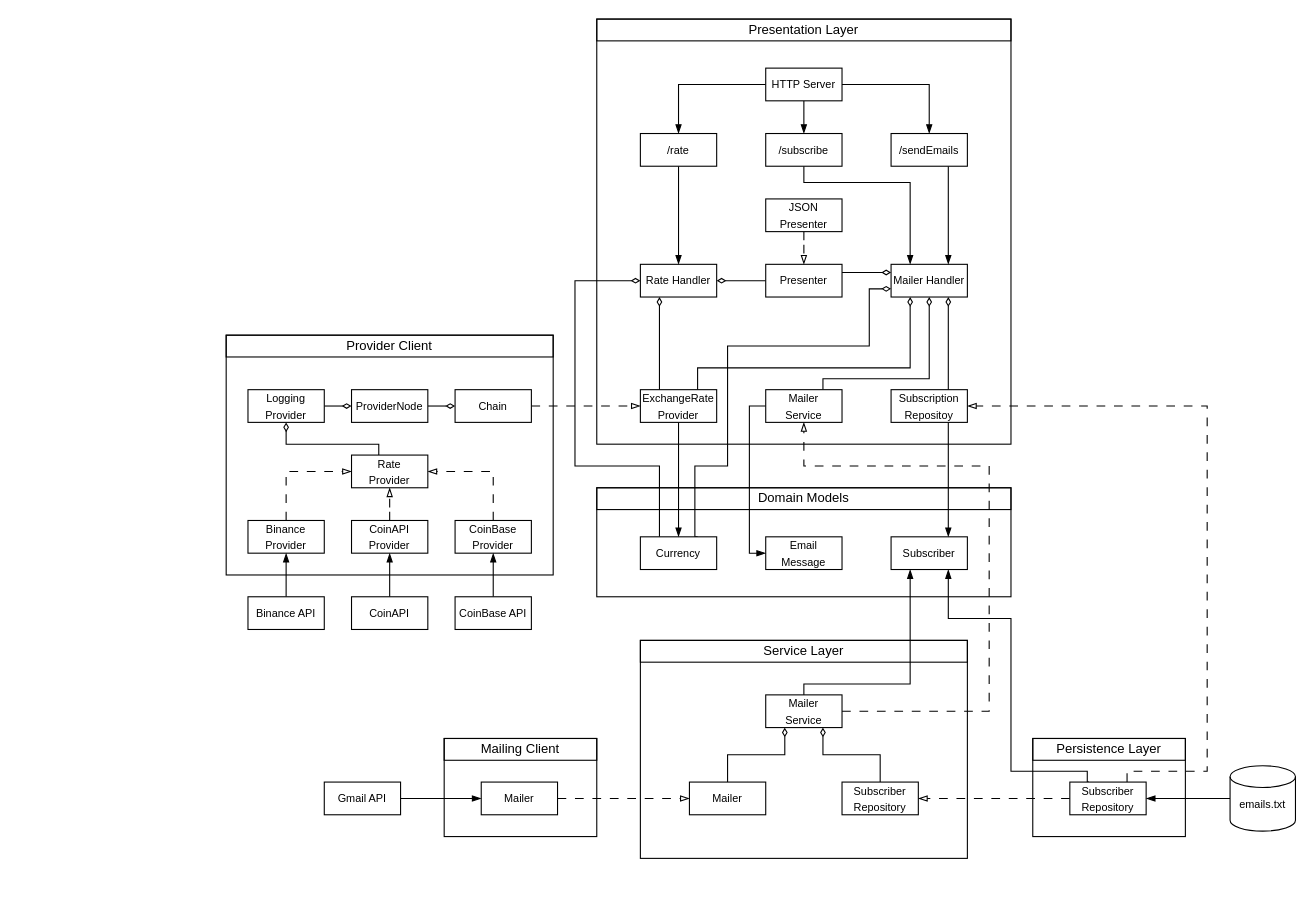
Above: docs/app architecture.drawio in GenesisEducationKyiv/main-project-ArtemKapustkin (draw.io), before the change. Source tidied: cells renumbered, new cells numbered last; positions are measured from the earlier drawing's top-left corner, leaving out a move shared by most shapes. Both pictures are drawn from the tidied source at 109%, with x=0, y=0 at pixel (226, 19).
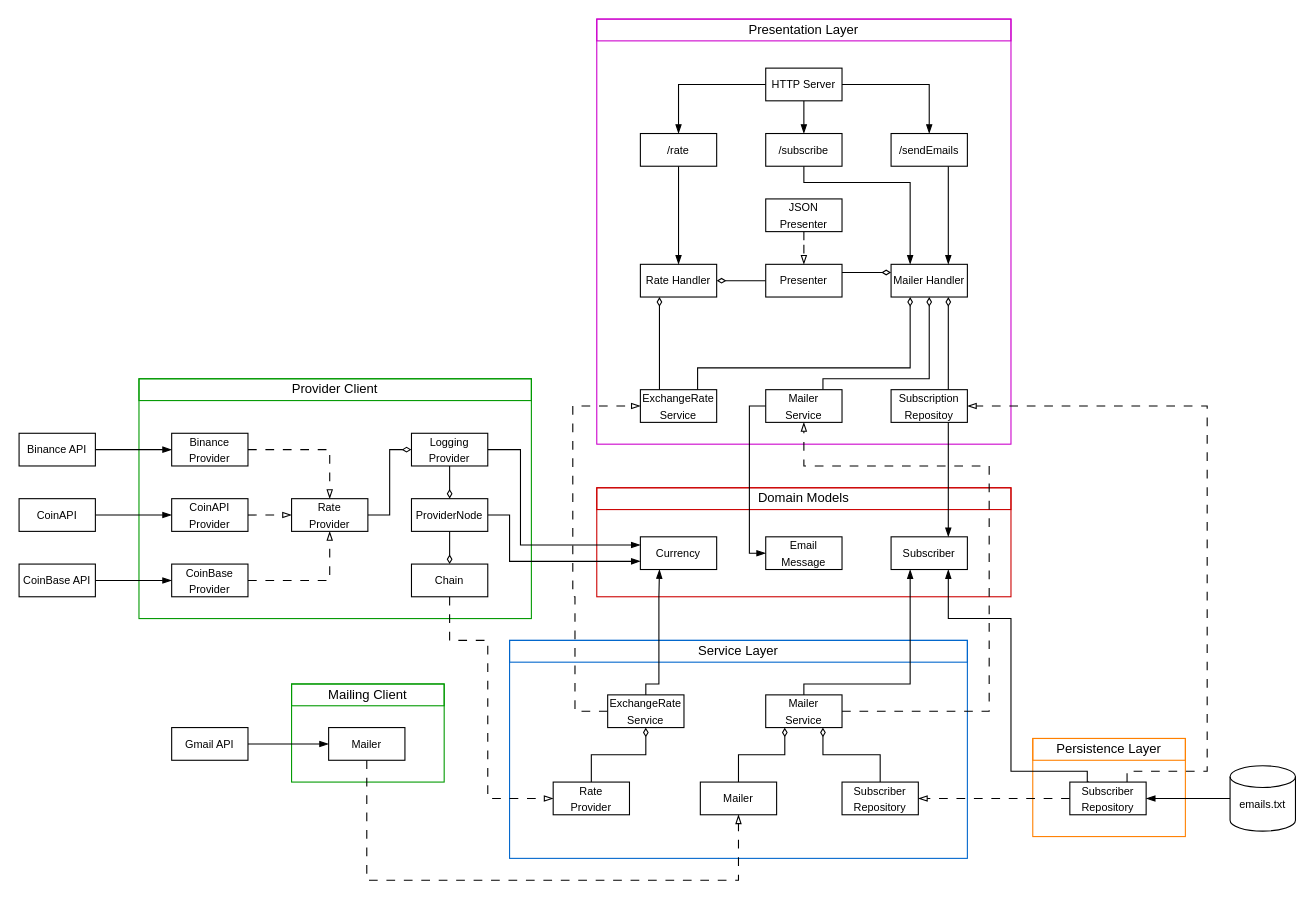
Above is the later version.

Commit message (it also covers changes not shown here):
add: exchange rate service

Unchanged cells that the change refers to:
```xml
<mxCell id="7" value="&lt;font style=&quot;font-size: 10px;&quot;&gt;Currency&lt;/font&gt;" style="rounded=0;whiteSpace=wrap;html=1;" parent="1" vertex="1">
  <mxGeometry x="380" y="475" width="70" height="30" as="geometry" />
</mxCell>
<mxCell id="67" value="&lt;span style=&quot;font-size: 10px;&quot;&gt;Rate Handler&lt;/span&gt;" style="rounded=0;whiteSpace=wrap;html=1;" parent="1" vertex="1">
  <mxGeometry x="380" y="225" width="70" height="30" as="geometry" />
</mxCell>
<mxCell id="68" value="&lt;span style=&quot;font-size: 10px;&quot;&gt;Mailer Handler&lt;/span&gt;" style="rounded=0;whiteSpace=wrap;html=1;" parent="1" vertex="1">
  <mxGeometry x="610" y="225" width="70" height="30" as="geometry" />
</mxCell>
```

Change to the diagram source:
```diff
@@
-    <mxCell id="2" style="rounded=0;whiteSpace=wrap;html=1;align=left;" parent="1" vertex="1">
+    <mxCell id="2" style="rounded=0;whiteSpace=wrap;html=1;align=left;strokeColor=#CC00CC;" parent="1" vertex="1">
       <mxGeometry x="340" width="380" height="390" as="geometry" />
     </mxCell>
-    <mxCell id="3" style="rounded=0;whiteSpace=wrap;html=1;align=left;" parent="1" vertex="1">
+    <mxCell id="3" style="rounded=0;whiteSpace=wrap;html=1;align=left;strokeColor=#CC0000;" parent="1" vertex="1">
       <mxGeometry x="340" y="430" width="380" height="100" as="geometry" />
     </mxCell>
-    <mxCell id="4" value="Domain Models" style="text;html=1;strokeColor=default;fillColor=none;align=center;verticalAlign=middle;whiteSpace=wrap;rounded=0;strokeWidth=1;" parent="1" vertex="1">
+    <mxCell id="4" value="Domain Models" style="text;html=1;strokeColor=#CC0000;fillColor=none;align=center;verticalAlign=middle;whiteSpace=wrap;rounded=0;strokeWidth=1;" parent="1" vertex="1">
       <mxGeometry x="340" y="430" width="380" height="20" as="geometry" />
     </mxCell>
-    <mxCell id="5" style="edgeStyle=orthogonalEdgeStyle;rounded=0;jettySize=auto;html=1;exitX=0.25;exitY=0;exitDx=0;exitDy=0;entryX=0;entryY=0.5;entryDx=0;entryDy=0;endArrow=diamondThin;endFill=0;" parent="1" edge="1" source="7" target="67">
-      <mxGeometry relative="1" as="geometry">
-        <Array as="points">
-          <mxPoint x="398" y="410" />
-          <mxPoint x="320" y="410" />
-          <mxPoint x="320" y="240" />
-        </Array>
-      </mxGeometry>
-    </mxCell>
-    <mxCell id="6" style="edgeStyle=orthogonalEdgeStyle;rounded=0;jettySize=auto;html=1;exitX=0.75;exitY=0;exitDx=0;exitDy=0;entryX=0;entryY=0.75;entryDx=0;entryDy=0;endArrow=diamondThin;endFill=0;" parent="1" edge="1" source="7" target="68">
-      <mxGeometry relative="1" as="geometry">
-        <Array as="points">
-          <mxPoint x="430" y="475" />
-          <mxPoint x="430" y="410" />
-          <mxPoint x="460" y="410" />
-          <mxPoint x="460" y="300" />
-          <mxPoint x="590" y="300" />
-          <mxPoint x="590" y="247" />
-        </Array>
-      </mxGeometry>
-    </mxCell>
@@
-    <mxCell id="10" style="rounded=0;whiteSpace=wrap;html=1;align=left;" parent="1" vertex="1">
-      <mxGeometry x="380" y="570" width="300" height="200" as="geometry" />
+    <mxCell id="10" style="rounded=0;whiteSpace=wrap;html=1;align=left;strokeColor=#0066CC;" parent="1" vertex="1">
+      <mxGeometry x="260" y="570" width="420" height="200" as="geometry" />
     </mxCell>
-    <mxCell id="11" value="Service Layer" style="text;html=1;strokeColor=default;fillColor=none;align=center;verticalAlign=middle;whiteSpace=wrap;rounded=0;strokeWidth=1;" parent="1" vertex="1">
-      <mxGeometry x="380" y="570" width="300" height="20" as="geometry" />
+    <mxCell id="11" value="Service Layer" style="text;html=1;strokeColor=#0066CC;fillColor=none;align=center;verticalAlign=middle;whiteSpace=wrap;rounded=0;strokeWidth=1;" parent="1" vertex="1">
+      <mxGeometry x="260" y="570" width="420" height="20" as="geometry" />
     </mxCell>
@@
     <mxCell id="18" value="&lt;font style=&quot;font-size: 10px;&quot;&gt;Mailer&lt;/font&gt;" style="rounded=0;whiteSpace=wrap;html=1;" parent="1" vertex="1">
-      <mxGeometry x="425" y="700" width="70" height="30" as="geometry" />
+      <mxGeometry x="435" y="700" width="70" height="30" as="geometry" />
     </mxCell>
-    <mxCell id="19" style="rounded=0;whiteSpace=wrap;html=1;align=left;" parent="1" vertex="1">
-      <mxGeometry x="200" y="660" width="140" height="90" as="geometry" />
+    <mxCell id="19" style="rounded=0;whiteSpace=wrap;html=1;align=left;strokeColor=#009900;" parent="1" vertex="1">
+      <mxGeometry x="60" y="610" width="140" height="90" as="geometry" />
     </mxCell>
-    <mxCell id="20" value="Mailing Client" style="text;html=1;strokeColor=default;fillColor=none;align=center;verticalAlign=middle;whiteSpace=wrap;rounded=0;strokeWidth=1;" parent="1" vertex="1">
-      <mxGeometry x="200" y="660" width="140" height="20" as="geometry" />
+    <mxCell id="20" value="Mailing Client" style="text;html=1;strokeColor=#009900;fillColor=none;align=center;verticalAlign=middle;whiteSpace=wrap;rounded=0;strokeWidth=1;" parent="1" vertex="1">
+      <mxGeometry x="60" y="610" width="140" height="20" as="geometry" />
     </mxCell>
     <mxCell id="21" style="edgeStyle=orthogonalEdgeStyle;rounded=0;jettySize=auto;html=1;dashed=1;dashPattern=8 8;endArrow=blockThin;endFill=0;" parent="1" edge="1" source="22" target="18">
-      <mxGeometry relative="1" as="geometry" />
+      <mxGeometry relative="1" as="geometry">
+        <Array as="points">
+          <mxPoint x="129" y="790" />
+          <mxPoint x="470" y="790" />
+        </Array>
+      </mxGeometry>
     </mxCell>
     <mxCell id="22" value="&lt;font style=&quot;font-size: 10px;&quot;&gt;Mailer&lt;/font&gt;" style="rounded=0;whiteSpace=wrap;html=1;" parent="1" vertex="1">
-      <mxGeometry x="234" y="700" width="70" height="30" as="geometry" />
+      <mxGeometry x="94" y="650" width="70" height="30" as="geometry" />
     </mxCell>
-    <mxCell id="23" style="rounded=0;whiteSpace=wrap;html=1;align=left;" parent="1" vertex="1">
+    <mxCell id="23" style="rounded=0;whiteSpace=wrap;html=1;align=left;strokeColor=#FF8000;" parent="1" vertex="1">
       <mxGeometry x="740" y="660" width="140" height="90" as="geometry" />
     </mxCell>
-    <mxCell id="24" value="Persistence Layer" style="text;html=1;strokeColor=default;fillColor=none;align=center;verticalAlign=middle;whiteSpace=wrap;rounded=0;strokeWidth=1;" parent="1" vertex="1">
+    <mxCell id="24" value="Persistence Layer" style="text;html=1;strokeColor=#FF8000;fillColor=none;align=center;verticalAlign=middle;whiteSpace=wrap;rounded=0;strokeWidth=1;" parent="1" vertex="1">
       <mxGeometry x="740" y="660" width="140" height="20" as="geometry" />
     </mxCell>
@@
     <mxCell id="33" value="&lt;font style=&quot;font-size: 10px;&quot;&gt;Gmail API&lt;/font&gt;" style="rounded=0;whiteSpace=wrap;html=1;" parent="1" vertex="1">
-      <mxGeometry x="90" y="700" width="70" height="30" as="geometry" />
+      <mxGeometry x="-50" y="650" width="70" height="30" as="geometry" />
     </mxCell>
-    <mxCell id="34" value="Presentation Layer" style="text;html=1;strokeColor=default;fillColor=none;align=center;verticalAlign=middle;whiteSpace=wrap;rounded=0;strokeWidth=1;" parent="1" vertex="1">
+    <mxCell id="34" value="Presentation Layer" style="text;html=1;strokeColor=#CC00CC;fillColor=none;align=center;verticalAlign=middle;whiteSpace=wrap;rounded=0;strokeWidth=1;" parent="1" vertex="1">
       <mxGeometry x="340" width="380" height="20" as="geometry" />
     </mxCell>
@@
-    <mxCell id="40" style="edgeStyle=orthogonalEdgeStyle;rounded=0;jettySize=auto;html=1;exitX=0.5;exitY=1;exitDx=0;exitDy=0;entryX=0.5;entryY=0;entryDx=0;entryDy=0;endArrow=blockThin;endFill=1;" parent="1" edge="1" source="41" target="7">
-      <mxGeometry relative="1" as="geometry" />
-    </mxCell>
-    <mxCell id="41" value="&lt;font style=&quot;font-size: 10px;&quot;&gt;ExchangeRate&lt;br&gt;Provider&lt;/font&gt;" style="rounded=0;whiteSpace=wrap;html=1;" parent="1" vertex="1">
+    <mxCell id="41" value="&lt;span style=&quot;font-size: 10px;&quot;&gt;ExchangeRate&lt;br&gt;Service&lt;br&gt;&lt;/span&gt;" style="rounded=0;whiteSpace=wrap;html=1;" parent="1" vertex="1">
       <mxGeometry x="380" y="340" width="70" height="30" as="geometry" />
     </mxCell>
-    <mxCell id="42" style="rounded=0;whiteSpace=wrap;html=1;align=left;" parent="1" vertex="1">
-      <mxGeometry y="290" width="300" height="220" as="geometry" />
+    <mxCell id="42" style="rounded=0;whiteSpace=wrap;html=1;align=left;strokeColor=#009900;" parent="1" vertex="1">
+      <mxGeometry x="-80" y="330" width="360" height="220" as="geometry" />
     </mxCell>
-    <mxCell id="43" value="Provider Client" style="text;html=1;strokeColor=default;fillColor=none;align=center;verticalAlign=middle;whiteSpace=wrap;rounded=0;strokeWidth=1;" parent="1" vertex="1">
-      <mxGeometry y="290" width="300" height="20" as="geometry" />
+    <mxCell id="43" value="Provider Client" style="text;html=1;strokeColor=#009900;fillColor=none;align=center;verticalAlign=middle;whiteSpace=wrap;rounded=0;strokeWidth=1;" parent="1" vertex="1">
+      <mxGeometry x="-80" y="330" width="360" height="20" as="geometry" />
     </mxCell>
-    <mxCell id="44" style="edgeStyle=orthogonalEdgeStyle;rounded=0;jettySize=auto;html=1;exitX=0.5;exitY=0;exitDx=0;exitDy=0;entryX=0;entryY=0.5;entryDx=0;entryDy=0;endArrow=blockThin;endFill=0;dashed=1;dashPattern=8 8;" parent="1" edge="1" source="45" target="57">
+    <mxCell id="44" style="edgeStyle=orthogonalEdgeStyle;rounded=0;jettySize=auto;html=1;exitX=1;exitY=0.5;exitDx=0;exitDy=0;entryX=0.5;entryY=0;entryDx=0;entryDy=0;endArrow=blockThin;endFill=0;dashed=1;dashPattern=8 8;" parent="1" edge="1" source="45" target="57">
       <mxGeometry relative="1" as="geometry" />
     </mxCell>
     <mxCell id="45" value="&lt;font style=&quot;font-size: 10px;&quot;&gt;Binance&lt;br&gt;Provider&lt;br&gt;&lt;/font&gt;" style="rounded=0;whiteSpace=wrap;html=1;" parent="1" vertex="1">
-      <mxGeometry x="20" y="460" width="70" height="30" as="geometry" />
+      <mxGeometry x="-50" y="380" width="70" height="30" as="geometry" />
     </mxCell>
-    <mxCell id="46" style="edgeStyle=orthogonalEdgeStyle;rounded=0;jettySize=auto;html=1;entryX=0.5;entryY=1;entryDx=0;entryDy=0;endArrow=blockThin;endFill=0;dashed=1;dashPattern=8 8;" parent="1" edge="1" source="47" target="57">
+    <mxCell id="46" style="edgeStyle=orthogonalEdgeStyle;rounded=0;jettySize=auto;html=1;entryX=0;entryY=0.5;entryDx=0;entryDy=0;endArrow=blockThin;endFill=0;dashed=1;dashPattern=8 8;exitX=1;exitY=0.5;exitDx=0;exitDy=0;" parent="1" edge="1" source="47" target="57">
       <mxGeometry relative="1" as="geometry" />
     </mxCell>
     <mxCell id="47" value="&lt;span style=&quot;font-size: 10px;&quot;&gt;CoinAPI&lt;br&gt;&lt;/span&gt;&lt;font style=&quot;font-size: 10px;&quot;&gt;Provider&lt;/font&gt;" style="rounded=0;whiteSpace=wrap;html=1;" parent="1" vertex="1">
-      <mxGeometry x="115" y="460" width="70" height="30" as="geometry" />
+      <mxGeometry x="-50" y="440" width="70" height="30" as="geometry" />
     </mxCell>
-    <mxCell id="48" style="edgeStyle=orthogonalEdgeStyle;rounded=0;jettySize=auto;html=1;exitX=0.5;exitY=0;exitDx=0;exitDy=0;entryX=1;entryY=0.5;entryDx=0;entryDy=0;endArrow=blockThin;endFill=0;dashed=1;dashPattern=8 8;" parent="1" edge="1" source="49" target="57">
-      <mxGeometry relative="1" as="geometry" />
+    <mxCell id="48" style="edgeStyle=orthogonalEdgeStyle;rounded=0;jettySize=auto;html=1;exitX=1;exitY=0.5;exitDx=0;exitDy=0;entryX=0.5;entryY=1;entryDx=0;entryDy=0;endArrow=blockThin;endFill=0;dashed=1;dashPattern=8 8;" parent="1" edge="1" source="49" target="57">
+      <mxGeometry relative="1" as="geometry">
+        <Array as="points">
+          <mxPoint x="95" y="515" />
+        </Array>
+      </mxGeometry>
     </mxCell>
     <mxCell id="49" value="&lt;font style=&quot;font-size: 10px;&quot;&gt;CoinBase&lt;br&gt;Provider&lt;br&gt;&lt;/font&gt;" style="rounded=0;whiteSpace=wrap;html=1;" parent="1" vertex="1">
-      <mxGeometry x="210" y="460" width="70" height="30" as="geometry" />
+      <mxGeometry x="-50" y="500" width="70" height="30" as="geometry" />
     </mxCell>
-    <mxCell id="50" style="edgeStyle=orthogonalEdgeStyle;rounded=0;jettySize=auto;html=1;entryX=0.5;entryY=1;entryDx=0;entryDy=0;endArrow=blockThin;endFill=1;" parent="1" edge="1" source="51" target="45">
+    <mxCell id="50" style="edgeStyle=orthogonalEdgeStyle;rounded=0;jettySize=auto;html=1;entryX=0;entryY=0.5;entryDx=0;entryDy=0;endArrow=blockThin;endFill=1;" parent="1" edge="1" source="51" target="45">
       <mxGeometry relative="1" as="geometry" />
     </mxCell>
     <mxCell id="51" value="&lt;font style=&quot;font-size: 10px;&quot;&gt;Binance API&lt;/font&gt;" style="rounded=0;whiteSpace=wrap;html=1;" parent="1" vertex="1">
-      <mxGeometry x="20" y="530" width="70" height="30" as="geometry" />
+      <mxGeometry x="-190" y="380" width="70" height="30" as="geometry" />
     </mxCell>
-    <mxCell id="52" style="edgeStyle=orthogonalEdgeStyle;rounded=0;jettySize=auto;html=1;entryX=0.5;entryY=1;entryDx=0;entryDy=0;endArrow=blockThin;endFill=1;" parent="1" edge="1" source="53" target="47">
+    <mxCell id="52" style="edgeStyle=orthogonalEdgeStyle;rounded=0;jettySize=auto;html=1;entryX=0;entryY=0.5;entryDx=0;entryDy=0;endArrow=blockThin;endFill=1;" parent="1" edge="1" source="53" target="47">
       <mxGeometry relative="1" as="geometry" />
     </mxCell>
     <mxCell id="53" value="&lt;span style=&quot;font-size: 10px;&quot;&gt;CoinAPI&lt;/span&gt;" style="rounded=0;whiteSpace=wrap;html=1;" parent="1" vertex="1">
-      <mxGeometry x="115" y="530" width="70" height="30" as="geometry" />
+      <mxGeometry x="-190" y="440" width="70" height="30" as="geometry" />
     </mxCell>
-    <mxCell id="54" style="edgeStyle=orthogonalEdgeStyle;rounded=0;jettySize=auto;html=1;entryX=0.5;entryY=1;entryDx=0;entryDy=0;endArrow=blockThin;endFill=1;" parent="1" edge="1" source="55" target="49">
+    <mxCell id="54" style="edgeStyle=orthogonalEdgeStyle;rounded=0;jettySize=auto;html=1;entryX=0;entryY=0.5;entryDx=0;entryDy=0;endArrow=blockThin;endFill=1;" parent="1" edge="1" source="55" target="49">
       <mxGeometry relative="1" as="geometry" />
     </mxCell>
     <mxCell id="55" value="&lt;font style=&quot;font-size: 10px;&quot;&gt;CoinBase API&lt;/font&gt;" style="rounded=0;whiteSpace=wrap;html=1;" parent="1" vertex="1">
-      <mxGeometry x="210" y="530" width="70" height="30" as="geometry" />
+      <mxGeometry x="-190" y="500" width="70" height="30" as="geometry" />
     </mxCell>
-    <mxCell id="56" style="edgeStyle=orthogonalEdgeStyle;rounded=0;jettySize=auto;html=1;entryX=0.5;entryY=1;entryDx=0;entryDy=0;endArrow=diamondThin;endFill=0;" parent="1" edge="1" source="57" target="61">
+    <mxCell id="56" style="edgeStyle=orthogonalEdgeStyle;rounded=0;jettySize=auto;html=1;entryX=0;entryY=0.5;entryDx=0;entryDy=0;endArrow=diamondThin;endFill=0;" parent="1" edge="1" source="57" target="61">
       <mxGeometry relative="1" as="geometry">
         <Array as="points">
-          <mxPoint x="140" y="390" />
-          <mxPoint x="55" y="390" />
+          <mxPoint x="150" y="455" />
+          <mxPoint x="150" y="395" />
         </Array>
       </mxGeometry>
     </mxCell>
     <mxCell id="57" value="&lt;span style=&quot;font-size: 10px;&quot;&gt;Rate&lt;br&gt;&lt;/span&gt;&lt;font style=&quot;font-size: 10px;&quot;&gt;Provider&lt;/font&gt;" style="rounded=0;whiteSpace=wrap;html=1;" parent="1" vertex="1">
-      <mxGeometry x="115" y="400" width="70" height="30" as="geometry" />
+      <mxGeometry x="60" y="440" width="70" height="30" as="geometry" />
     </mxCell>
-    <mxCell id="58" style="edgeStyle=orthogonalEdgeStyle;rounded=0;jettySize=auto;html=1;exitX=1;exitY=0.5;exitDx=0;exitDy=0;entryX=0;entryY=0.5;entryDx=0;entryDy=0;endArrow=diamondThin;endFill=0;" parent="1" edge="1" source="59" target="63">
+    <mxCell id="58" style="edgeStyle=orthogonalEdgeStyle;rounded=0;jettySize=auto;html=1;exitX=0.5;exitY=1;exitDx=0;exitDy=0;entryX=0.5;entryY=0;entryDx=0;entryDy=0;endArrow=diamondThin;endFill=0;" parent="1" edge="1" source="59" target="63">
       <mxGeometry relative="1" as="geometry" />
     </mxCell>
+    <mxCell id="84" style="edgeStyle=orthogonalEdgeStyle;rounded=0;jettySize=auto;html=1;entryX=0;entryY=0.75;entryDx=0;entryDy=0;endArrow=blockThin;endFill=1;" parent="1" edge="1" source="59" target="7">
+      <mxGeometry relative="1" as="geometry">
+        <Array as="points">
+          <mxPoint x="260" y="455" />
+          <mxPoint x="260" y="498" />
+        </Array>
+      </mxGeometry>
+    </mxCell>
     <mxCell id="59" value="&lt;span style=&quot;font-size: 10px;&quot;&gt;ProviderNode&lt;/span&gt;" style="rounded=0;whiteSpace=wrap;html=1;" parent="1" vertex="1">
-      <mxGeometry x="115" y="340" width="70" height="30" as="geometry" />
+      <mxGeometry x="170" y="440" width="70" height="30" as="geometry" />
     </mxCell>
-    <mxCell id="60" style="edgeStyle=orthogonalEdgeStyle;rounded=0;jettySize=auto;html=1;exitX=1;exitY=0.5;exitDx=0;exitDy=0;entryX=0;entryY=0.5;entryDx=0;entryDy=0;endArrow=diamondThin;endFill=0;" parent="1" edge="1" source="61" target="59">
+    <mxCell id="60" style="edgeStyle=orthogonalEdgeStyle;rounded=0;jettySize=auto;html=1;exitX=0.5;exitY=1;exitDx=0;exitDy=0;entryX=0.5;entryY=0;entryDx=0;entryDy=0;endArrow=diamondThin;endFill=0;" parent="1" edge="1" source="61" target="59">
       <mxGeometry relative="1" as="geometry" />
     </mxCell>
+    <mxCell id="85" style="edgeStyle=orthogonalEdgeStyle;rounded=0;jettySize=auto;html=1;entryX=0;entryY=0.25;entryDx=0;entryDy=0;endArrow=blockThin;endFill=1;" parent="1" edge="1" source="61" target="7">
+      <mxGeometry relative="1" as="geometry">
+        <Array as="points">
+          <mxPoint x="270" y="395" />
+          <mxPoint x="270" y="482" />
+        </Array>
+      </mxGeometry>
+    </mxCell>
     <mxCell id="61" value="&lt;span style=&quot;font-size: 10px;&quot;&gt;Logging&lt;br&gt;&lt;/span&gt;&lt;font style=&quot;font-size: 10px;&quot;&gt;Provider&lt;/font&gt;" style="rounded=0;whiteSpace=wrap;html=1;" parent="1" vertex="1">
-      <mxGeometry x="20" y="340" width="70" height="30" as="geometry" />
+      <mxGeometry x="170" y="380" width="70" height="30" as="geometry" />
     </mxCell>
-    <mxCell id="62" style="edgeStyle=orthogonalEdgeStyle;rounded=0;jettySize=auto;html=1;entryX=0;entryY=0.5;entryDx=0;entryDy=0;dashed=1;dashPattern=8 8;endArrow=blockThin;endFill=0;" parent="1" edge="1" source="63" target="41">
+    <mxCell id="62" style="edgeStyle=orthogonalEdgeStyle;rounded=0;jettySize=auto;html=1;entryX=0;entryY=0.5;entryDx=0;entryDy=0;dashed=1;dashPattern=8 8;endArrow=blockThin;endFill=0;exitX=0;exitY=0.5;exitDx=0;exitDy=0;" parent="1" edge="1" source="88" target="41">
       <mxGeometry relative="1" as="geometry">
         <Array as="points">
-          <mxPoint x="260" y="355" />
-          <mxPoint x="260" y="355" />
+          <mxPoint x="320" y="635" />
+          <mxPoint x="320" y="530" />
+          <mxPoint x="318" y="530" />
+          <mxPoint x="318" y="355" />
         </Array>
       </mxGeometry>
     </mxCell>
+    <mxCell id="86" style="edgeStyle=orthogonalEdgeStyle;rounded=0;jettySize=auto;html=1;entryX=0;entryY=0.5;entryDx=0;entryDy=0;endArrow=blockThin;endFill=0;dashed=1;dashPattern=8 8;exitX=0.5;exitY=1;exitDx=0;exitDy=0;" parent="1" edge="1" source="63" target="90">
+      <mxGeometry relative="1" as="geometry">
+        <Array as="points">
+          <mxPoint x="205" y="570" />
+          <mxPoint x="240" y="570" />
+          <mxPoint x="240" y="715" />
+        </Array>
+      </mxGeometry>
+    </mxCell>
     <mxCell id="63" value="&lt;span style=&quot;font-size: 10px;&quot;&gt;Chain&lt;/span&gt;" style="rounded=0;whiteSpace=wrap;html=1;" parent="1" vertex="1">
-      <mxGeometry x="210" y="340" width="70" height="30" as="geometry" />
+      <mxGeometry x="170" y="500" width="70" height="30" as="geometry" />
     </mxCell>
@@
+    <mxCell id="87" style="edgeStyle=orthogonalEdgeStyle;rounded=0;jettySize=auto;html=1;endArrow=blockThin;endFill=1;exitX=0.5;exitY=0;exitDx=0;exitDy=0;entryX=0.25;entryY=1;entryDx=0;entryDy=0;" parent="1" edge="1" source="88" target="7">
+      <mxGeometry relative="1" as="geometry">
+        <Array as="points">
+          <mxPoint x="385" y="610" />
+          <mxPoint x="397" y="610" />
+          <mxPoint x="397" y="530" />
+        </Array>
+      </mxGeometry>
+    </mxCell>
+    <mxCell id="88" value="&lt;span style=&quot;font-size: 10px;&quot;&gt;ExchangeRate&lt;br&gt;Service&lt;/span&gt;" style="rounded=0;whiteSpace=wrap;html=1;" parent="1" vertex="1">
+      <mxGeometry x="350" y="620" width="70" height="30" as="geometry" />
+    </mxCell>
+    <mxCell id="89" style="edgeStyle=orthogonalEdgeStyle;rounded=0;jettySize=auto;html=1;exitX=0.5;exitY=0;exitDx=0;exitDy=0;entryX=0.5;entryY=1;entryDx=0;entryDy=0;endArrow=diamondThin;endFill=0;" parent="1" edge="1" source="90" target="88">
+      <mxGeometry relative="1" as="geometry" />
+    </mxCell>
+    <mxCell id="90" value="&lt;span style=&quot;font-size: 10px;&quot;&gt;Rate&lt;br&gt;Provider&lt;/span&gt;" style="rounded=0;whiteSpace=wrap;html=1;" parent="1" vertex="1">
+      <mxGeometry x="300" y="700" width="70" height="30" as="geometry" />
+    </mxCell>
```
